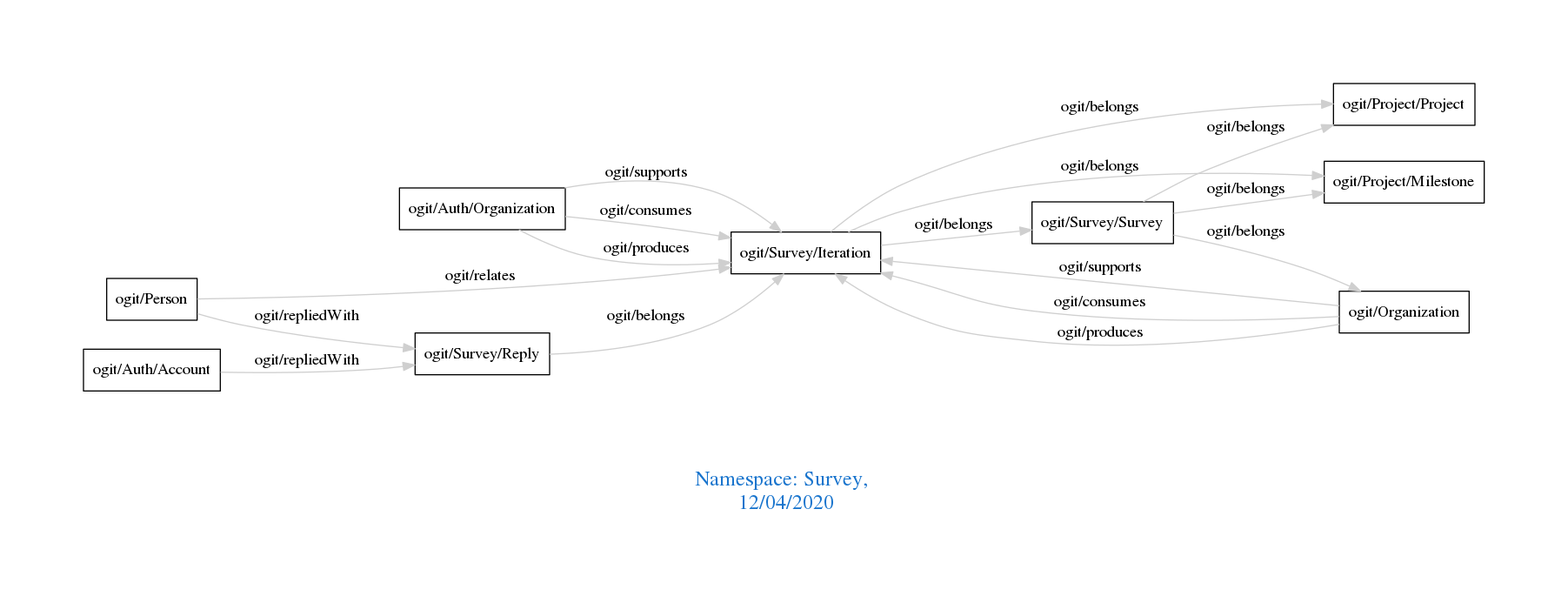
Earlier version of the Graphviz export downloads/Survey.png (arago/OGIT). Its source is kept beside it as downloads/Survey.dot.
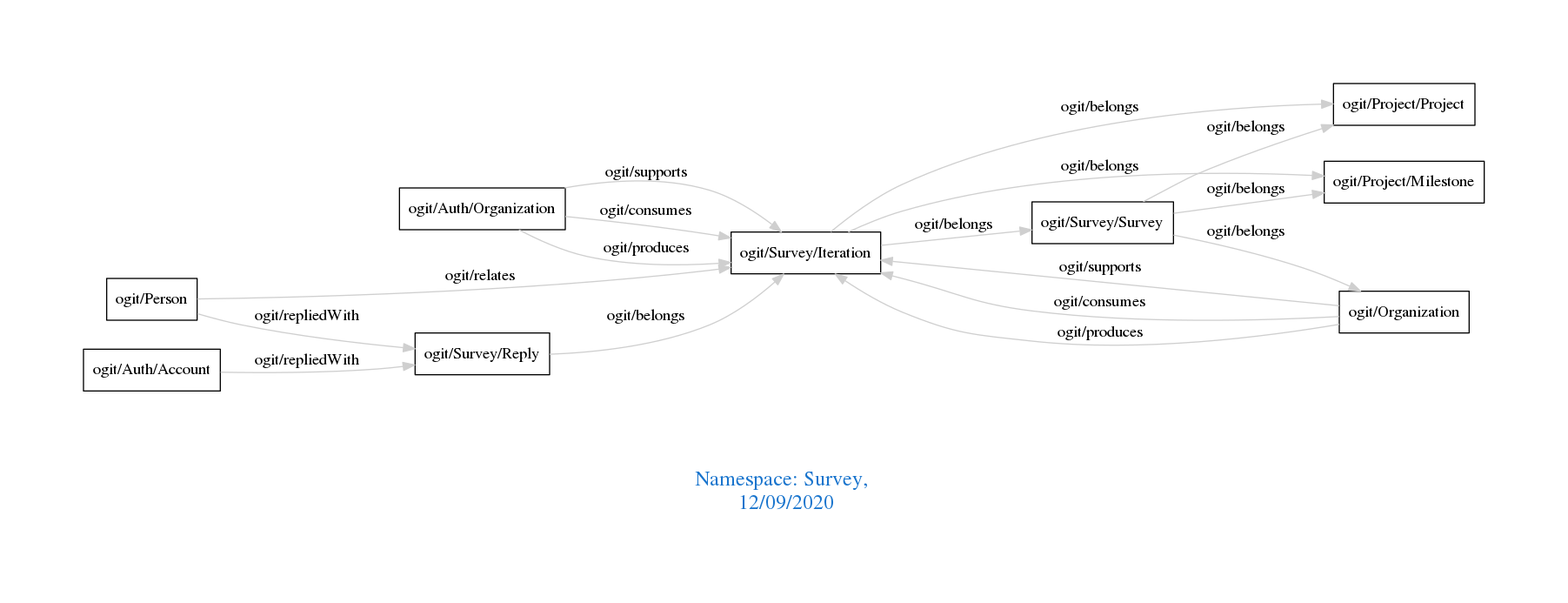
After the change.

Diff of the diagram source:
```diff
@@ -1,7 +1,7 @@
 digraph OGIT_ontology {
  graph [ rankdir= LR,pad=1
 fontsize = 18,
-fontcolor= dodgerblue3,label = "\n\n\nNamespace: Survey, \n 12/04/2020"];
+fontcolor= dodgerblue3,label = "\n\n\nNamespace: Survey, \n 12/09/2020"];
 node[shape=polygon];
 edge [  color="gray81"];
 
```
